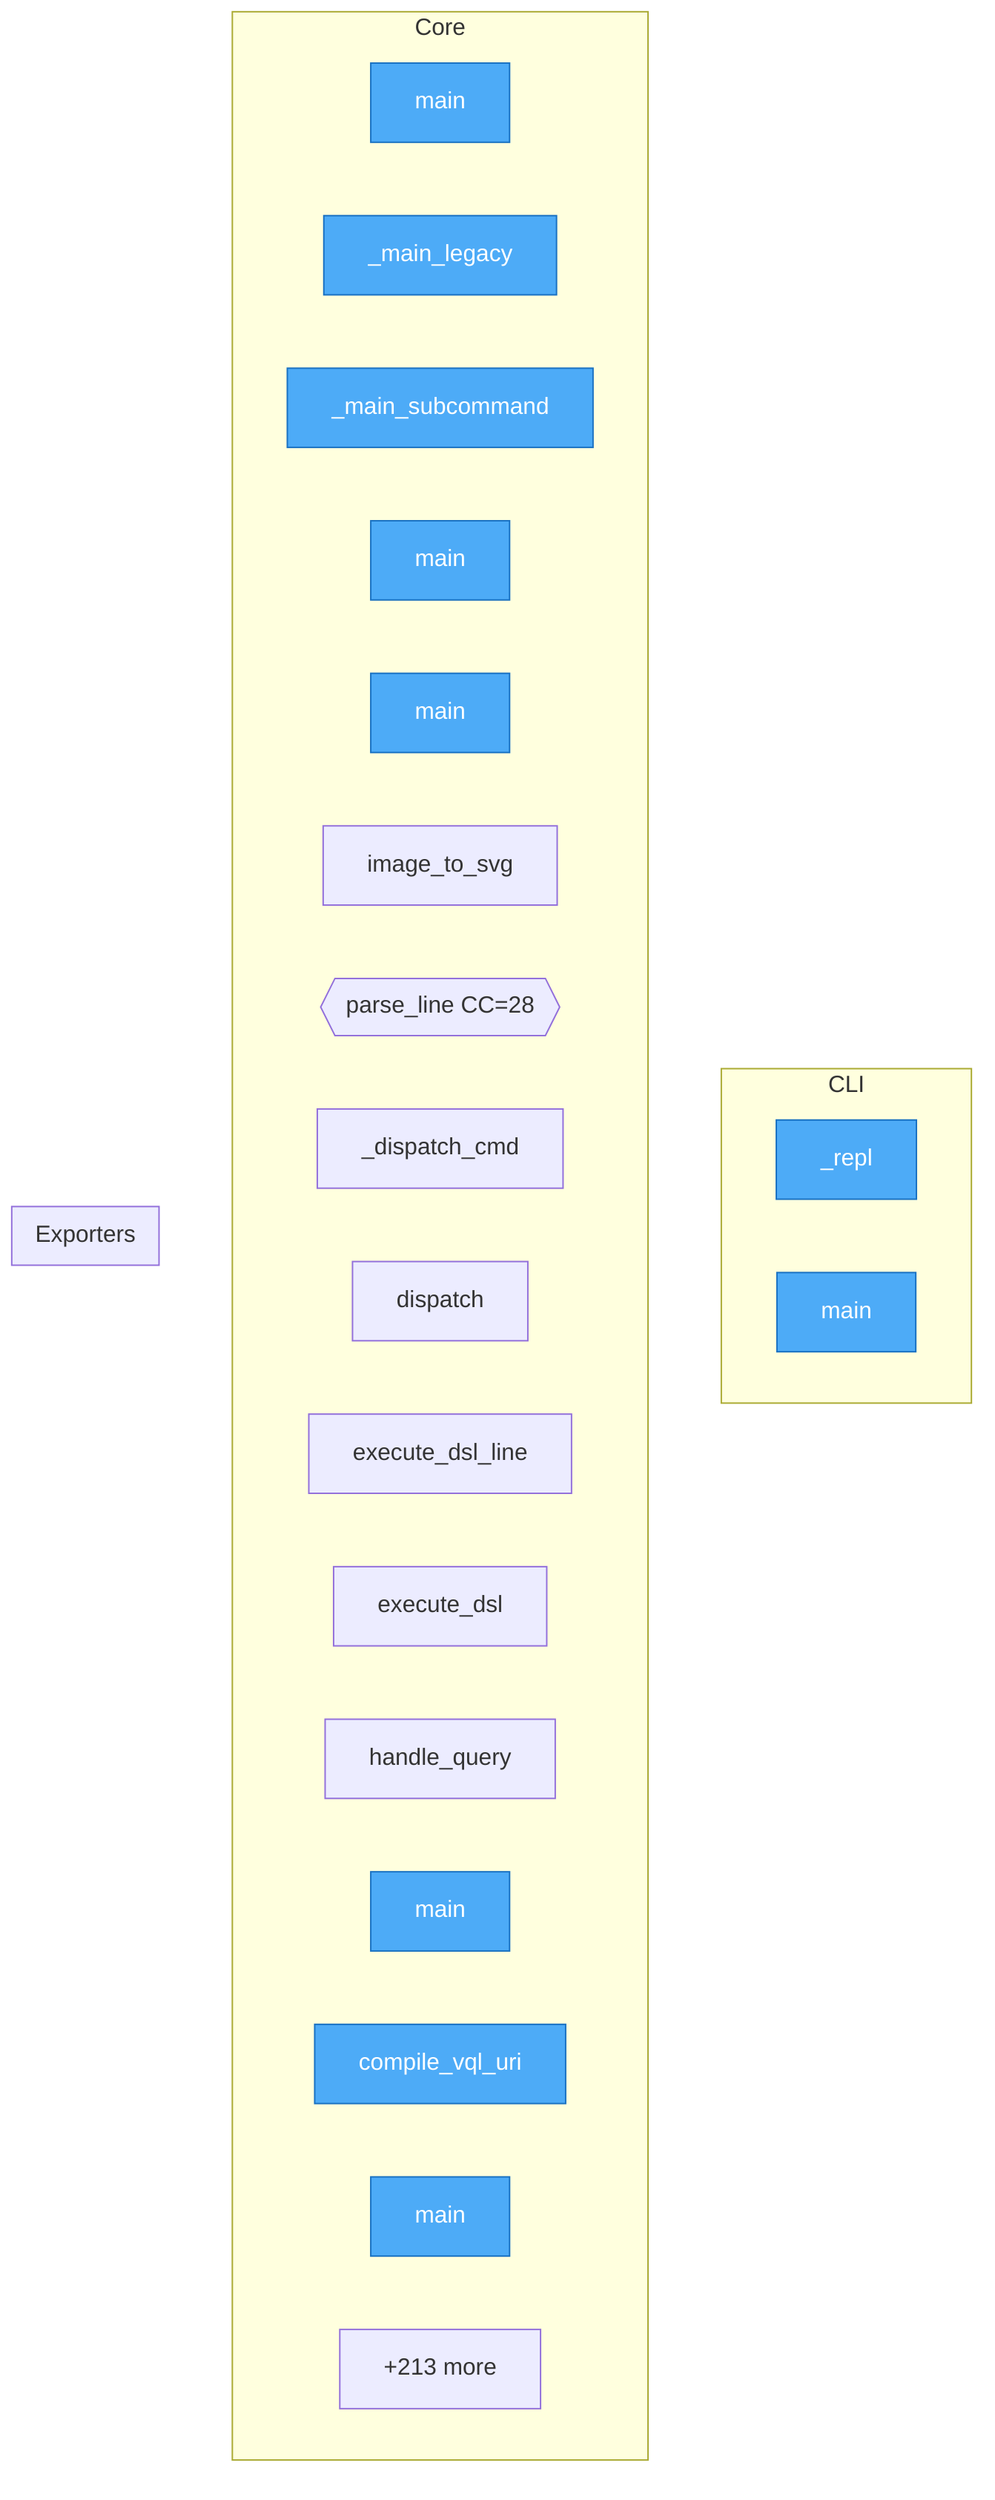
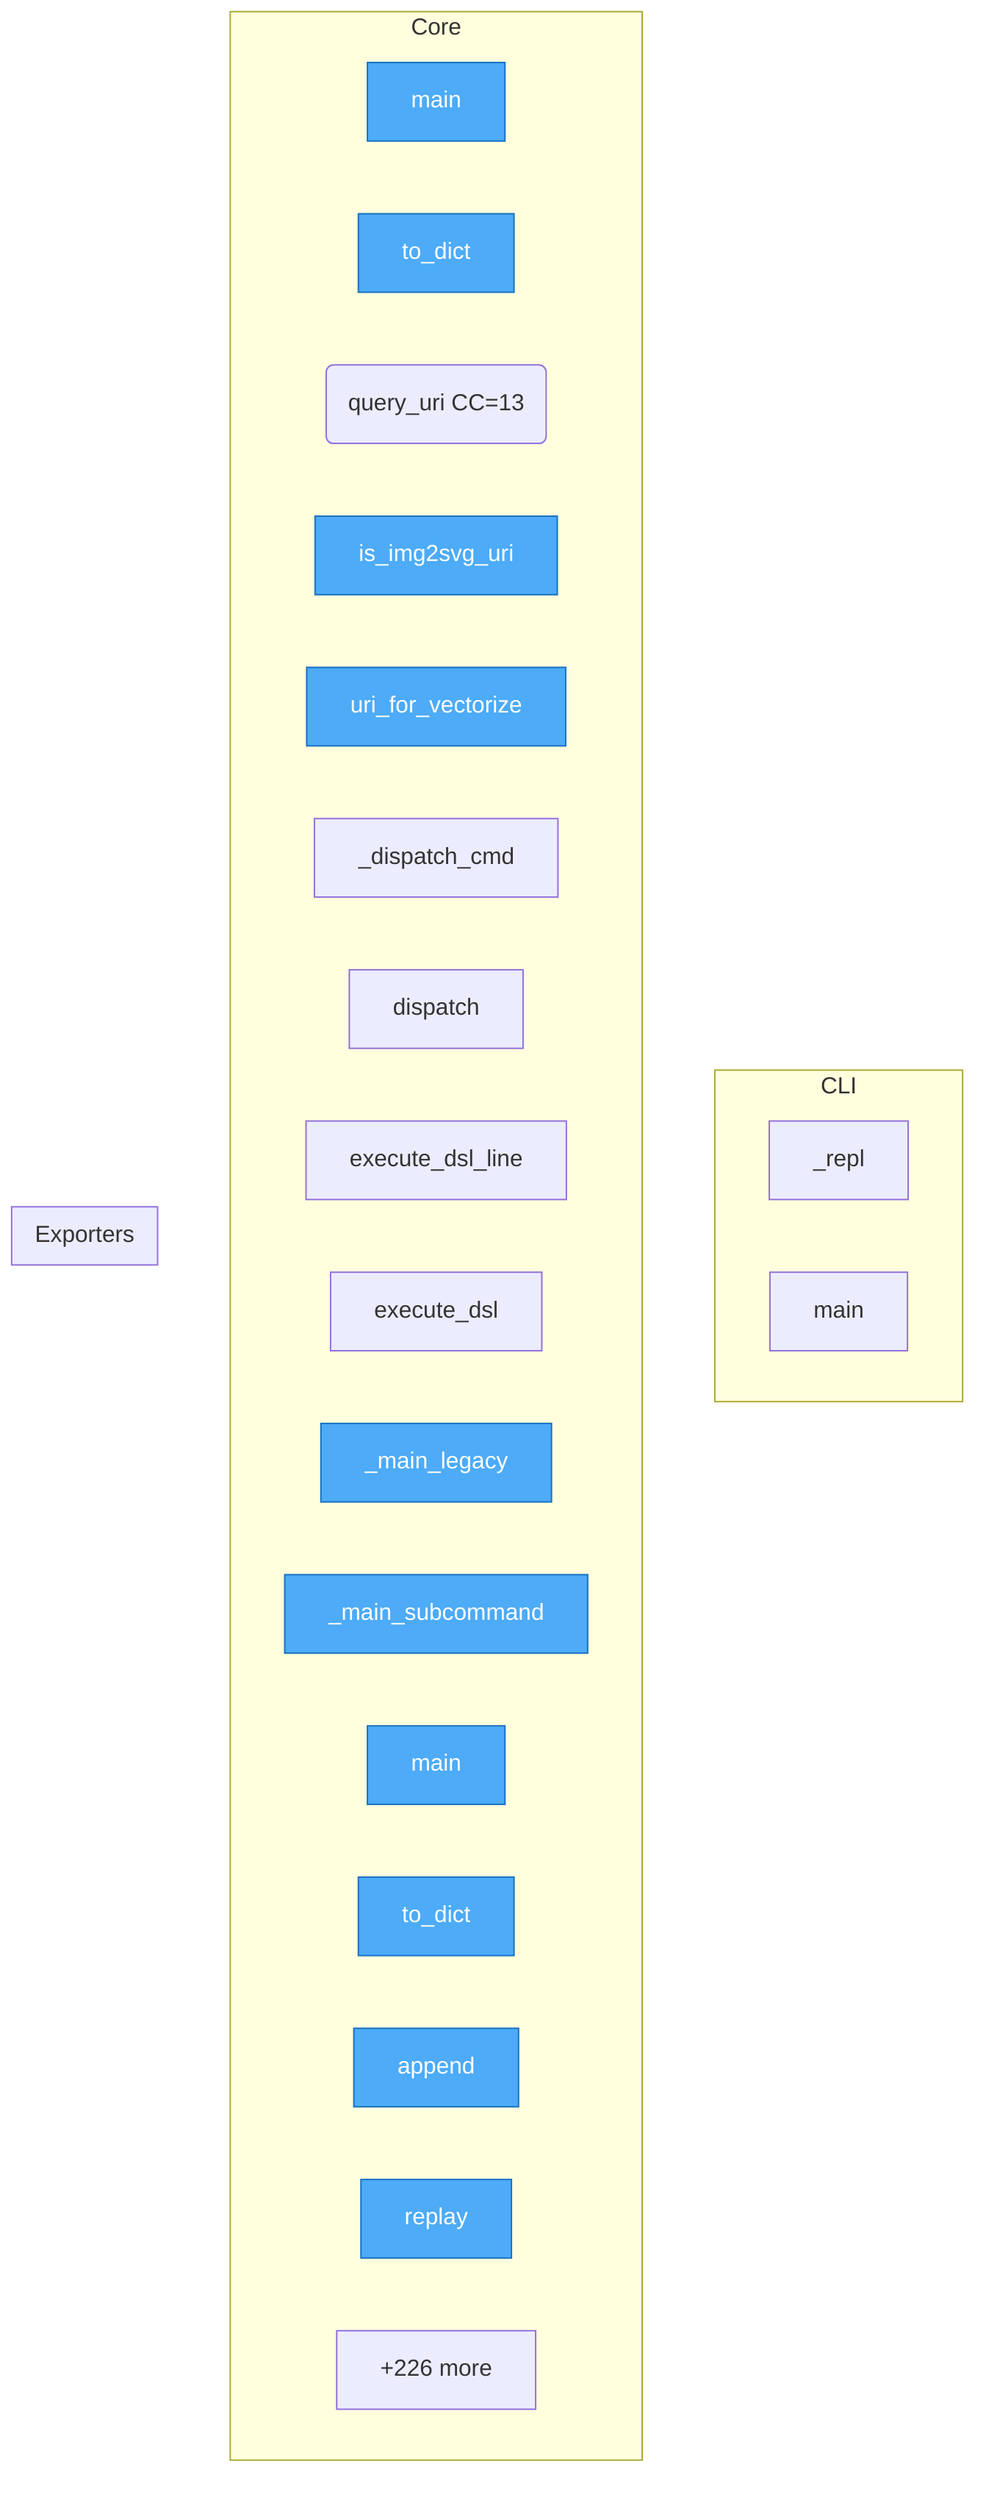
flowchart TD
%% generated in 0.02s

    %% Entry points (blue)
    classDef entry fill:#4dabf7,stroke:#1971c2,color:#fff

    subgraph CLI
        packages__cli2vql__src__cli2vql__cli___repl["_repl"]
        packages__cli2vql__src__cli2vql__cli__main["main"]
    end

    subgraph Core
        packages__uri2img2svg__src__uri2img2svg__cli__main["main"]
-         packages__dsl2vql__src__dsl2vql__cli___main_legacy["_main_legacy"]
-         packages__dsl2vql__src__dsl2vql__cli___main_subcommand["_main_subcommand"]
-         packages__dsl2vql__src__dsl2vql__cli__main["main"]
-         packages__img2svg__src__img2svg__cli__main["main"]
-         packages__img2svg__src__img2svg__svg_emit__image_to_svg["image_to_svg"]
-         packages__dsl2vql__src__dsl2vql__grammar__parse_line{{parse_line CC=28}}
+         packages__uri2img2svg__src__uri2img2svg__query__QueryResult__to_dict["to_dict"]
+         packages__uri2img2svg__src__uri2img2svg__query__query_uri("query_uri CC=13")
+         packages__uri2img2svg__src__uri2img2svg__uri__is_img2svg_uri["is_img2svg_uri"]
+         packages__uri2img2svg__src__uri2img2svg__uri__uri_for_vectorize["uri_for_vectorize"]
        packages__dsl2vql__src__dsl2vql__bus___dispatch_cmd["_dispatch_cmd"]
        packages__dsl2vql__src__dsl2vql__bus__dispatch["dispatch"]
        packages__dsl2vql__src__dsl2vql__bus__execute_dsl_line["execute_dsl_line"]
        packages__dsl2vql__src__dsl2vql__bus__execute_dsl["execute_dsl"]
-         packages__dsl2vql__src__dsl2vql__handlers__query__handle_query["handle_query"]
-         packages__uri2vql__src__uri2vql__cli__main["main"]
-         packages__uri2vql__src__uri2vql__compile__compile_vql_uri["compile_vql_uri"]
-         packages__nlp2vql__src__nlp2vql__cli__main["main"]
-         ...["+213 more"]
+         packages__dsl2vql__src__dsl2vql__cli___main_legacy["_main_legacy"]
+         packages__dsl2vql__src__dsl2vql__cli___main_subcommand["_main_subcommand"]
+         packages__dsl2vql__src__dsl2vql__cli__main["main"]
+         packages__dsl2vql__src__dsl2vql__events__DslEvent__to_dict["to_dict"]
+         packages__dsl2vql__src__dsl2vql__events__EventStore__append["append"]
+         packages__dsl2vql__src__dsl2vql__events__EventStore__replay["replay"]
+         ...["+226 more"]
    end

    subgraph Exporters
    end

-     class packages__uri2img2svg__src__uri2img2svg__cli__main,packages__dsl2vql__src__dsl2vql__cli___main_legacy,packages__dsl2vql__src__dsl2vql__cli___main_subcommand,packages__dsl2vql__src__dsl2vql__cli__main,packages__img2svg__src__img2svg__cli__main,packages__cli2vql__src__cli2vql__cli___repl,packages__cli2vql__src__cli2vql__cli__main,packages__uri2vql__src__uri2vql__cli__main,packages__uri2vql__src__uri2vql__compile__compile_vql_uri,packages__nlp2vql__src__nlp2vql__cli__main entry
+     class packages__uri2img2svg__src__uri2img2svg__cli__main,packages__uri2img2svg__src__uri2img2svg__query__QueryResult__to_dict,packages__uri2img2svg__src__uri2img2svg__uri__is_img2svg_uri,packages__uri2img2svg__src__uri2img2svg__uri__uri_for_vectorize,packages__dsl2vql__src__dsl2vql__cli___main_legacy,packages__dsl2vql__src__dsl2vql__cli___main_subcommand,packages__dsl2vql__src__dsl2vql__cli__main,packages__dsl2vql__src__dsl2vql__events__DslEvent__to_dict,packages__dsl2vql__src__dsl2vql__events__EventStore__append,packages__dsl2vql__src__dsl2vql__events__EventStore__replay entry
